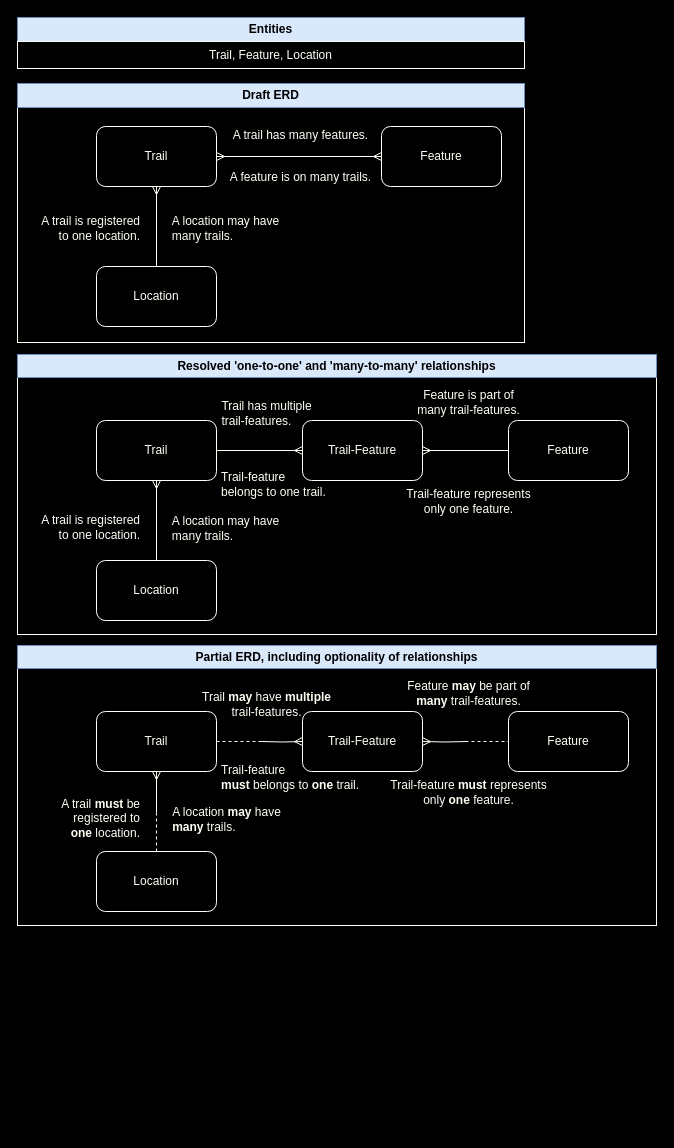
Above: Planning/Partial ERD.drawio in jensenhill/CW1-COMP2001-JensenHill (draw.io), before the change. Source tidied: cells renumbered, new cells numbered last; positions are measured from the earlier drawing's top-left corner, leaving out a move shared by most shapes. Both pictures are drawn from the tidied source at 100%, with x=0, y=0 at pixel (17, 17).
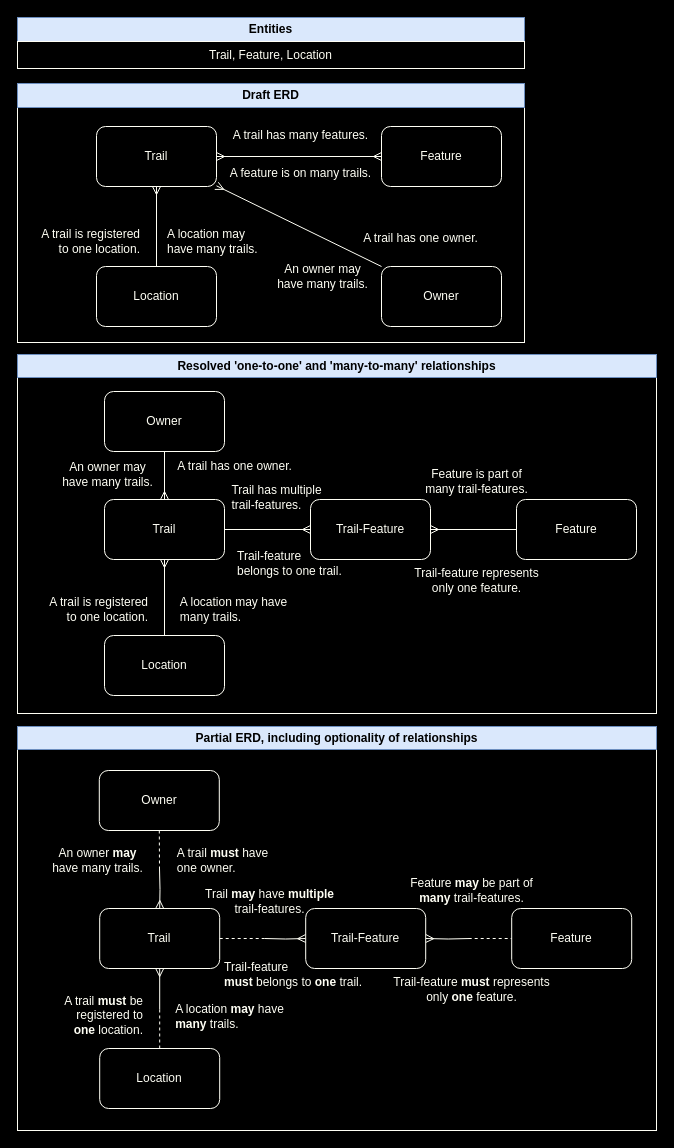
The same diagram, later.

Unchanged cells that the change refers to:
```xml
<mxCell id="5" value="Trail" style="rounded=1;whiteSpace=wrap;html=1;strokeColor=#FFFFF5;fillColor=#000000;fontColor=#FFFFF5;" parent="1" vertex="1">
  <mxGeometry x="79" y="109" width="120" height="60" as="geometry" />
</mxCell>
```

Diff of the diagram source:
```diff
@@
+    <mxCell id="12" style="rounded=0;whiteSpace=wrap;html=1;fillColor=none;strokeColor=#FFFFF5;" parent="1" vertex="1">
+      <mxGeometry y="66" width="507" height="259" as="geometry" />
+    </mxCell>
     <mxCell id="2" style="rounded=0;whiteSpace=wrap;html=1;fillColor=none;strokeColor=#FFFFF5;" parent="1" vertex="1">
-      <mxGeometry y="337" width="639" height="280" as="geometry" />
+      <mxGeometry y="337" width="639" height="359" as="geometry" />
     </mxCell>
@@
+    <mxCell id="48" style="rounded=0;jettySize=auto;html=1;entryX=0;entryY=0;entryDx=0;entryDy=0;strokeColor=#FFFFF5;endArrow=none;endFill=0;startArrow=ERmany;startFill=0;" parent="1" edge="1" source="5" target="49">
+      <mxGeometry relative="1" as="geometry" />
+    </mxCell>
@@
     <mxCell id="9" value="&lt;font color=&quot;#fffff5&quot;&gt;A feature is on many trails.&lt;br&gt;&lt;/font&gt;" style="text;html=1;align=center;verticalAlign=middle;strokeColor=none;fillColor=none;" parent="1" vertex="1">
-      <mxGeometry x="202" y="147" width="162" height="26" as="geometry" />
+      <mxGeometry x="202" y="143" width="162" height="26" as="geometry" />
     </mxCell>
     <mxCell id="10" value="&lt;font color=&quot;#fffff5&quot;&gt;A trail is registered&lt;br&gt;to one &lt;/font&gt;&lt;font color=&quot;#fffff5&quot;&gt;location.&lt;/font&gt;" style="text;html=1;align=right;verticalAlign=middle;strokeColor=none;fillColor=none;" parent="1" vertex="1">
-      <mxGeometry x="4" y="190" width="120" height="41" as="geometry" />
+      <mxGeometry x="4" y="203" width="120" height="41" as="geometry" />
     </mxCell>
-    <mxCell id="11" value="&lt;font color=&quot;#fffff5&quot;&gt;A location may have&lt;br&gt;&lt;/font&gt;&lt;div align=&quot;left&quot;&gt;&lt;font color=&quot;#fffff5&quot;&gt;many trails.&lt;/font&gt;&lt;br&gt;&lt;/div&gt;" style="text;html=1;align=center;verticalAlign=middle;strokeColor=none;fillColor=none;" parent="1" vertex="1">
-      <mxGeometry x="145" y="190" width="126" height="41" as="geometry" />
+    <mxCell id="11" value="&lt;font color=&quot;#fffff5&quot;&gt;A location may&lt;br&gt;have &lt;/font&gt;&lt;font color=&quot;#fffff5&quot;&gt;many trails.&lt;/font&gt;" style="text;html=1;align=left;verticalAlign=middle;strokeColor=none;fillColor=none;" parent="1" vertex="1">
+      <mxGeometry x="148" y="203" width="110" height="41" as="geometry" />
     </mxCell>
-    <mxCell id="12" style="rounded=0;whiteSpace=wrap;html=1;fillColor=none;strokeColor=#FFFFF5;" parent="1" vertex="1">
-      <mxGeometry y="66" width="507" height="259" as="geometry" />
-    </mxCell>
@@
     <mxCell id="18" value="Trail" style="rounded=1;whiteSpace=wrap;html=1;strokeColor=#FFFFF5;fillColor=#000000;fontColor=#FFFFF5;" parent="1" vertex="1">
-      <mxGeometry x="79" y="403" width="120" height="60" as="geometry" />
+      <mxGeometry x="87" y="482" width="120" height="60" as="geometry" />
     </mxCell>
@@
     <mxCell id="20" value="&lt;div&gt;Feature&lt;/div&gt;" style="rounded=1;whiteSpace=wrap;html=1;strokeColor=#FFFFF5;fillColor=#000000;fontColor=#FFFFF5;" parent="1" vertex="1">
-      <mxGeometry x="491" y="403" width="120" height="60" as="geometry" />
+      <mxGeometry x="499" y="482" width="120" height="60" as="geometry" />
     </mxCell>
     <mxCell id="21" value="Location" style="rounded=1;whiteSpace=wrap;html=1;strokeColor=#FFFFF5;fillColor=#000000;fontColor=#FFFFF5;" parent="1" vertex="1">
-      <mxGeometry x="79" y="543" width="120" height="60" as="geometry" />
+      <mxGeometry x="87" y="618" width="120" height="60" as="geometry" />
     </mxCell>
     <mxCell id="22" value="&lt;font color=&quot;#fffff5&quot;&gt;Trail has multiple&lt;br&gt;&lt;/font&gt;&lt;div align=&quot;left&quot;&gt;&lt;font color=&quot;#fffff5&quot;&gt;trail-features.&lt;/font&gt;&lt;br&gt;&lt;/div&gt;" style="text;html=1;align=center;verticalAlign=middle;strokeColor=none;fillColor=none;" parent="1" vertex="1">
-      <mxGeometry x="192" y="375" width="113" height="41" as="geometry" />
+      <mxGeometry x="202" y="459" width="113" height="41" as="geometry" />
     </mxCell>
     <mxCell id="23" value="&lt;font color=&quot;#fffff5&quot;&gt;Feature is part of&lt;br&gt;many trail-features.&lt;/font&gt;" style="text;html=1;align=center;verticalAlign=middle;strokeColor=none;fillColor=none;" parent="1" vertex="1">
-      <mxGeometry x="389" y="364" width="123" height="41" as="geometry" />
+      <mxGeometry x="397" y="443" width="123" height="41" as="geometry" />
     </mxCell>
     <mxCell id="24" value="&lt;font color=&quot;#fffff5&quot;&gt;A trail is registered&lt;br&gt;to one &lt;/font&gt;&lt;font color=&quot;#fffff5&quot;&gt;location.&lt;/font&gt;" style="text;html=1;align=right;verticalAlign=middle;strokeColor=none;fillColor=none;" parent="1" vertex="1">
-      <mxGeometry x="4" y="489" width="120" height="41" as="geometry" />
+      <mxGeometry x="12" y="571" width="120" height="41" as="geometry" />
     </mxCell>
     <mxCell id="25" value="&lt;font color=&quot;#fffff5&quot;&gt;A location may have&lt;br&gt;&lt;/font&gt;&lt;div align=&quot;left&quot;&gt;&lt;font color=&quot;#fffff5&quot;&gt;many trails.&lt;/font&gt;&lt;br&gt;&lt;/div&gt;" style="text;html=1;align=center;verticalAlign=middle;strokeColor=none;fillColor=none;" parent="1" vertex="1">
-      <mxGeometry x="145" y="490" width="126" height="41" as="geometry" />
+      <mxGeometry x="153" y="571" width="126" height="41" as="geometry" />
     </mxCell>
@@
     <mxCell id="27" value="Trail-Feature" style="rounded=1;whiteSpace=wrap;html=1;strokeColor=#FFFFF5;fillColor=#000000;fontColor=#FFFFF5;" parent="1" vertex="1">
-      <mxGeometry x="285" y="403" width="120" height="60" as="geometry" />
+      <mxGeometry x="293" y="482" width="120" height="60" as="geometry" />
     </mxCell>
     <mxCell id="28" value="&lt;div align=&quot;left&quot;&gt;&lt;font color=&quot;#fffff5&quot;&gt;Trail-feature&lt;/font&gt;&lt;br&gt;&lt;/div&gt;&lt;div align=&quot;left&quot;&gt;&lt;font color=&quot;#fffff5&quot;&gt;belongs to one trail.&lt;/font&gt;&lt;br&gt;&lt;/div&gt;" style="text;html=1;align=left;verticalAlign=middle;strokeColor=none;fillColor=none;" parent="1" vertex="1">
-      <mxGeometry x="202" y="446" width="126" height="41" as="geometry" />
+      <mxGeometry x="218" y="525" width="126" height="41" as="geometry" />
     </mxCell>
     <mxCell id="29" value="&lt;font color=&quot;#fffff5&quot;&gt;Trail-feature represents&lt;br&gt;only one feature.&lt;/font&gt;" style="text;html=1;align=center;verticalAlign=middle;strokeColor=none;fillColor=none;" parent="1" vertex="1">
-      <mxGeometry x="377" y="463" width="147" height="41" as="geometry" />
+      <mxGeometry x="385" y="542" width="147" height="41" as="geometry" />
     </mxCell>
     <mxCell id="30" style="rounded=0;whiteSpace=wrap;html=1;fillColor=none;strokeColor=#FFFFF5;" parent="1" vertex="1">
-      <mxGeometry y="628" width="639" height="280" as="geometry" />
+      <mxGeometry y="709" width="639" height="404" as="geometry" />
     </mxCell>
     <mxCell id="31" style="edgeStyle=orthogonalEdgeStyle;rounded=0;jettySize=auto;html=1;startArrow=ERmany;startFill=0;endArrow=none;endFill=0;strokeColor=#FFFFF5;" parent="1" edge="1" source="33">
       <mxGeometry relative="1" as="geometry">
-        <mxPoint x="139" y="795" as="targetPoint" />
+        <mxPoint x="142.2" y="992" as="targetPoint" />
       </mxGeometry>
     </mxCell>
     <mxCell id="32" style="edgeStyle=orthogonalEdgeStyle;rounded=0;jettySize=auto;html=1;entryX=0;entryY=0.5;entryDx=0;entryDy=0;endArrow=ERmany;endFill=0;strokeColor=#FFFFF5;" parent="1" edge="1" target="42">
       <mxGeometry relative="1" as="geometry">
-        <mxPoint x="244" y="724" as="sourcePoint" />
+        <mxPoint x="247.2" y="921" as="sourcePoint" />
       </mxGeometry>
     </mxCell>
     <mxCell id="33" value="Trail" style="rounded=1;whiteSpace=wrap;html=1;strokeColor=#FFFFF5;fillColor=#000000;fontColor=#FFFFF5;" parent="1" vertex="1">
-      <mxGeometry x="79" y="694" width="120" height="60" as="geometry" />
+      <mxGeometry x="82.2" y="891" width="120" height="60" as="geometry" />
     </mxCell>
     <mxCell id="34" style="edgeStyle=orthogonalEdgeStyle;rounded=0;jettySize=auto;html=1;entryX=1;entryY=0.5;entryDx=0;entryDy=0;strokeColor=#FFFFF5;endArrow=ERmany;endFill=0;" parent="1" edge="1" target="42">
       <mxGeometry relative="1" as="geometry">
-        <mxPoint x="450" y="724" as="sourcePoint" />
+        <mxPoint x="453.2" y="921" as="sourcePoint" />
       </mxGeometry>
     </mxCell>
     <mxCell id="35" value="&lt;div&gt;Feature&lt;/div&gt;" style="rounded=1;whiteSpace=wrap;html=1;strokeColor=#FFFFF5;fillColor=#000000;fontColor=#FFFFF5;" parent="1" vertex="1">
-      <mxGeometry x="491" y="694" width="120" height="60" as="geometry" />
+      <mxGeometry x="494.2" y="891" width="120" height="60" as="geometry" />
     </mxCell>
     <mxCell id="36" value="Location" style="rounded=1;whiteSpace=wrap;html=1;strokeColor=#FFFFF5;fillColor=#000000;fontColor=#FFFFF5;" parent="1" vertex="1">
-      <mxGeometry x="79" y="834" width="120" height="60" as="geometry" />
+      <mxGeometry x="82.2" y="1031" width="120" height="60" as="geometry" />
     </mxCell>
     <mxCell id="37" value="&lt;font color=&quot;#fffff5&quot;&gt;Trail &lt;b&gt;may &lt;/b&gt;have &lt;b&gt;multiple&lt;br&gt;&lt;/b&gt;&lt;/font&gt;&lt;div&gt;&lt;font color=&quot;#fffff5&quot;&gt;trail-features.&lt;/font&gt;&lt;br&gt;&lt;/div&gt;" style="text;html=1;align=center;verticalAlign=middle;strokeColor=none;fillColor=none;" parent="1" vertex="1">
-      <mxGeometry x="176" y="666" width="146" height="41" as="geometry" />
+      <mxGeometry x="179.2" y="863" width="146" height="41" as="geometry" />
     </mxCell>
     <mxCell id="38" value="&lt;font color=&quot;#fffff5&quot;&gt;Feature &lt;b&gt;may &lt;/b&gt;be part of&lt;br&gt;&lt;b&gt;many &lt;/b&gt;trail-features.&lt;/font&gt;" style="text;html=1;align=center;verticalAlign=middle;strokeColor=none;fillColor=none;" parent="1" vertex="1">
-      <mxGeometry x="380" y="655" width="141" height="41" as="geometry" />
+      <mxGeometry x="383.2" y="852" width="141" height="41" as="geometry" />
     </mxCell>
     <mxCell id="39" value="&lt;font color=&quot;#fffff5&quot;&gt;A trail &lt;b&gt;must &lt;/b&gt;be&lt;br&gt;registered to&lt;br&gt;&lt;b&gt;one &lt;/b&gt;&lt;/font&gt;&lt;font color=&quot;#fffff5&quot;&gt;location.&lt;/font&gt;" style="text;html=1;align=right;verticalAlign=middle;strokeColor=none;fillColor=none;" parent="1" vertex="1">
-      <mxGeometry x="27" y="773" width="97" height="55" as="geometry" />
+      <mxGeometry x="30.2" y="970" width="97" height="55" as="geometry" />
     </mxCell>
     <mxCell id="40" value="&lt;font color=&quot;#fffff5&quot;&gt;A location &lt;b&gt;may &lt;/b&gt;have&lt;br&gt;&lt;/font&gt;&lt;div align=&quot;left&quot;&gt;&lt;font color=&quot;#fffff5&quot;&gt;&lt;b&gt;many &lt;/b&gt;trails.&lt;/font&gt;&lt;br&gt;&lt;/div&gt;" style="text;html=1;align=center;verticalAlign=middle;strokeColor=none;fillColor=none;" parent="1" vertex="1">
-      <mxGeometry x="145" y="781" width="127" height="41" as="geometry" />
+      <mxGeometry x="148.2" y="978" width="127" height="41" as="geometry" />
     </mxCell>
     <mxCell id="41" value="&lt;b&gt;Partial ERD, including optionality of relationships&lt;br&gt;&lt;/b&gt;" style="rounded=0;whiteSpace=wrap;html=1;fillColor=#dae8fc;strokeColor=#6c8ebf;" parent="1" vertex="1">
-      <mxGeometry y="628" width="639" height="23" as="geometry" />
+      <mxGeometry y="709" width="639" height="23" as="geometry" />
     </mxCell>
     <mxCell id="42" value="Trail-Feature" style="rounded=1;whiteSpace=wrap;html=1;strokeColor=#FFFFF5;fillColor=#000000;fontColor=#FFFFF5;" parent="1" vertex="1">
-      <mxGeometry x="285" y="694" width="120" height="60" as="geometry" />
+      <mxGeometry x="288.2" y="891" width="120" height="60" as="geometry" />
     </mxCell>
     <mxCell id="43" value="&lt;div align=&quot;left&quot;&gt;&lt;font color=&quot;#fffff5&quot;&gt;Trail-feature&lt;/font&gt;&lt;br&gt;&lt;/div&gt;&lt;div align=&quot;left&quot;&gt;&lt;font color=&quot;#fffff5&quot;&gt;&lt;b&gt;must &lt;/b&gt;belongs to &lt;b&gt;one &lt;/b&gt;trail.&lt;/font&gt;&lt;br&gt;&lt;/div&gt;" style="text;html=1;align=left;verticalAlign=middle;strokeColor=none;fillColor=none;" parent="1" vertex="1">
-      <mxGeometry x="202" y="739" width="158" height="41" as="geometry" />
+      <mxGeometry x="205.2" y="936" width="158" height="41" as="geometry" />
     </mxCell>
     <mxCell id="44" value="&lt;font color=&quot;#fffff5&quot;&gt;Trail-feature &lt;b&gt;must &lt;/b&gt;represents&lt;br&gt;only &lt;b&gt;one &lt;/b&gt;feature.&lt;/font&gt;" style="text;html=1;align=center;verticalAlign=middle;strokeColor=none;fillColor=none;" parent="1" vertex="1">
-      <mxGeometry x="361" y="754" width="179" height="41" as="geometry" />
+      <mxGeometry x="364.2" y="951" width="179" height="41" as="geometry" />
     </mxCell>
     <mxCell id="45" style="endArrow=none;dashed=1;html=1;rounded=0;strokeColor=#FFFFF5;entryX=1;entryY=0.5;entryDx=0;entryDy=0;" parent="1" edge="1" target="33">
       <mxGeometry relative="1" as="geometry">
-        <mxPoint x="244" y="724" as="sourcePoint" />
+        <mxPoint x="247.2" y="921" as="sourcePoint" />
       </mxGeometry>
     </mxCell>
     <mxCell id="46" style="endArrow=none;dashed=1;html=1;rounded=0;strokeColor=#FFFFF5;entryX=0;entryY=0.5;entryDx=0;entryDy=0;" parent="1" edge="1" target="35">
       <mxGeometry relative="1" as="geometry">
-        <mxPoint x="448" y="724" as="sourcePoint" />
+        <mxPoint x="451.2" y="921" as="sourcePoint" />
       </mxGeometry>
     </mxCell>
     <mxCell id="47" style="endArrow=none;dashed=1;html=1;rounded=0;strokeColor=#FFFFF5;exitX=0.5;exitY=0;exitDx=0;exitDy=0;" parent="1" edge="1" source="36">
       <mxGeometry relative="1" as="geometry">
-        <mxPoint x="139" y="795" as="targetPoint" />
+        <mxPoint x="142.2" y="992" as="targetPoint" />
       </mxGeometry>
     </mxCell>
+    <mxCell id="49" value="Owner" style="rounded=1;whiteSpace=wrap;html=1;strokeColor=#FFFFF5;fillColor=#000000;fontColor=#FFFFF5;" parent="1" vertex="1">
+      <mxGeometry x="364" y="249" width="120" height="60" as="geometry" />
+    </mxCell>
+    <mxCell id="50" value="&lt;font color=&quot;#fffff5&quot;&gt;A trail has one owner.&lt;br&gt;&lt;/font&gt;" style="text;html=1;align=center;verticalAlign=middle;strokeColor=none;fillColor=none;" parent="1" vertex="1">
+      <mxGeometry x="334" y="208" width="138" height="26" as="geometry" />
+    </mxCell>
+    <mxCell id="51" value="&lt;font color=&quot;#fffff5&quot;&gt;An owner may&lt;br&gt;&lt;/font&gt;&lt;div align=&quot;right&quot;&gt;&lt;font color=&quot;#fffff5&quot;&gt;have many trails.&lt;/font&gt;&lt;br&gt;&lt;/div&gt;" style="text;html=1;align=center;verticalAlign=middle;strokeColor=none;fillColor=none;" parent="1" vertex="1">
+      <mxGeometry x="250" y="238" width="110" height="41" as="geometry" />
+    </mxCell>
+    <mxCell id="52" style="edgeStyle=orthogonalEdgeStyle;rounded=0;jettySize=auto;html=1;entryX=0.5;entryY=0;entryDx=0;entryDy=0;strokeColor=#FFFFF5;endArrow=ERmany;endFill=0;" parent="1" edge="1" source="53" target="18">
+      <mxGeometry relative="1" as="geometry" />
+    </mxCell>
+    <mxCell id="53" value="Owner" style="rounded=1;whiteSpace=wrap;html=1;strokeColor=#FFFFF5;fillColor=#000000;fontColor=#FFFFF5;" parent="1" vertex="1">
+      <mxGeometry x="87" y="374" width="120" height="60" as="geometry" />
+    </mxCell>
+    <mxCell id="54" value="&lt;font color=&quot;#fffff5&quot;&gt;An owner may&lt;br&gt;&lt;/font&gt;&lt;div align=&quot;right&quot;&gt;&lt;font color=&quot;#fffff5&quot;&gt;have many trails.&lt;/font&gt;&lt;br&gt;&lt;/div&gt;" style="text;html=1;align=center;verticalAlign=middle;strokeColor=none;fillColor=none;" parent="1" vertex="1">
+      <mxGeometry x="35" y="436" width="110" height="41" as="geometry" />
+    </mxCell>
+    <mxCell id="55" value="&lt;font color=&quot;#fffff5&quot;&gt;A trail has one owner.&lt;br&gt;&lt;/font&gt;" style="text;html=1;align=center;verticalAlign=middle;strokeColor=none;fillColor=none;" parent="1" vertex="1">
+      <mxGeometry x="148" y="436" width="138" height="26" as="geometry" />
+    </mxCell>
+    <mxCell id="56" style="edgeStyle=orthogonalEdgeStyle;rounded=0;jettySize=auto;html=1;entryX=0.5;entryY=0;entryDx=0;entryDy=0;strokeColor=#FFFFF5;endArrow=ERmany;endFill=0;" parent="1" edge="1" target="33">
+      <mxGeometry relative="1" as="geometry">
+        <mxPoint x="142" y="851" as="sourcePoint" />
+      </mxGeometry>
+    </mxCell>
+    <mxCell id="57" value="Owner" style="rounded=1;whiteSpace=wrap;html=1;strokeColor=#FFFFF5;fillColor=#000000;fontColor=#FFFFF5;" parent="1" vertex="1">
+      <mxGeometry x="81.8" y="753" width="120" height="60" as="geometry" />
+    </mxCell>
+    <mxCell id="58" value="&lt;font color=&quot;#fffff5&quot;&gt;An owner &lt;b&gt;may&lt;br&gt;&lt;/b&gt;&lt;/font&gt;&lt;div align=&quot;right&quot;&gt;&lt;font color=&quot;#fffff5&quot;&gt;have many trails.&lt;/font&gt;&lt;br&gt;&lt;/div&gt;" style="text;html=1;align=center;verticalAlign=middle;strokeColor=none;fillColor=none;" parent="1" vertex="1">
+      <mxGeometry x="24.8" y="822" width="110" height="41" as="geometry" />
+    </mxCell>
+    <mxCell id="59" value="&lt;font color=&quot;#fffff5&quot;&gt;A trail &lt;b&gt;must &lt;/b&gt;have&lt;br&gt;&lt;/font&gt;&lt;div align=&quot;left&quot;&gt;&lt;font color=&quot;#fffff5&quot;&gt;one owner.&lt;/font&gt;&lt;br&gt;&lt;/div&gt;" style="text;html=1;align=center;verticalAlign=middle;strokeColor=none;fillColor=none;" parent="1" vertex="1">
+      <mxGeometry x="147.8" y="822" width="115" height="41" as="geometry" />
+    </mxCell>
+    <mxCell id="60" style="endArrow=none;dashed=1;html=1;rounded=0;strokeColor=#FFFFF5;exitX=0.5;exitY=1;exitDx=0;exitDy=0;" parent="1" edge="1" source="57">
+      <mxGeometry relative="1" as="geometry">
+        <mxPoint x="142" y="852" as="targetPoint" />
+      </mxGeometry>
+    </mxCell>
```
